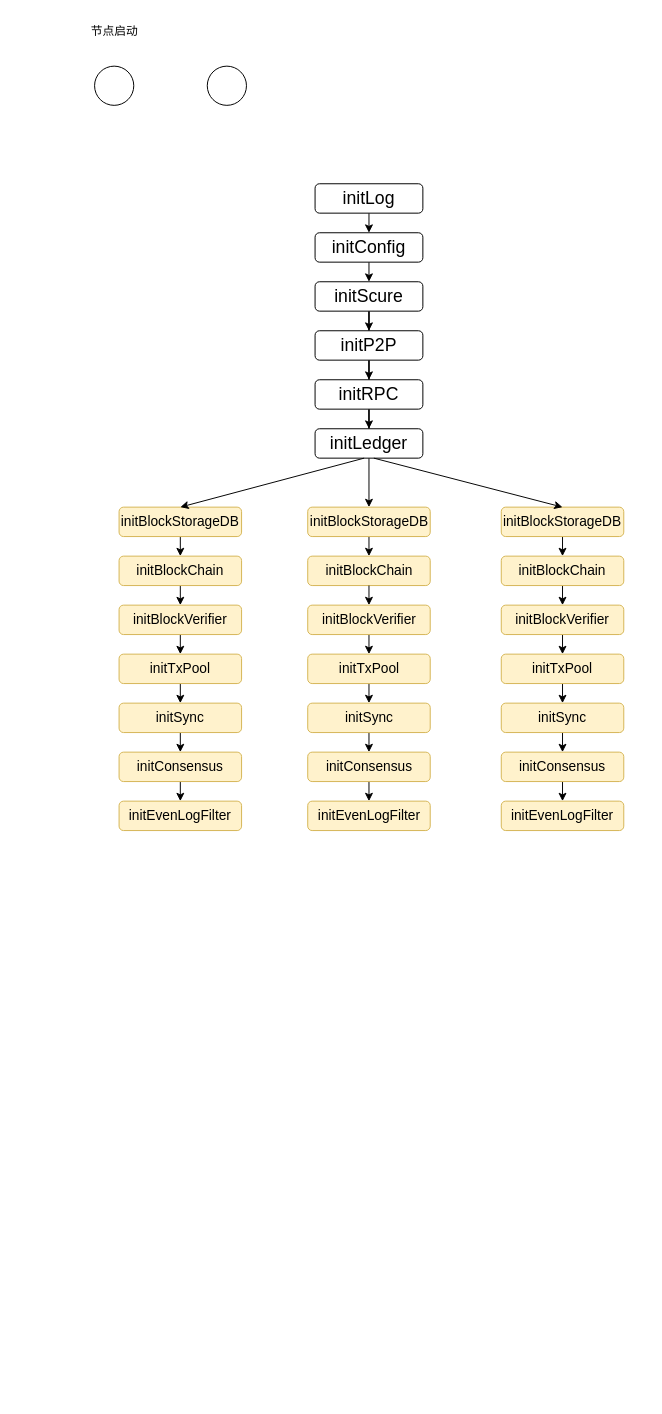
ethan75/my_draw keeps this draw.io diagram as fisco.drawio. Above is the earlier version. Source tidied: cells renumbered, new cells numbered last; positions are measured from the earlier drawing's top-left corner, leaving out a move shared by most shapes. Both pictures are drawn from the tidied source at 98%, with x=0, y=0 at pixel (79, 17).
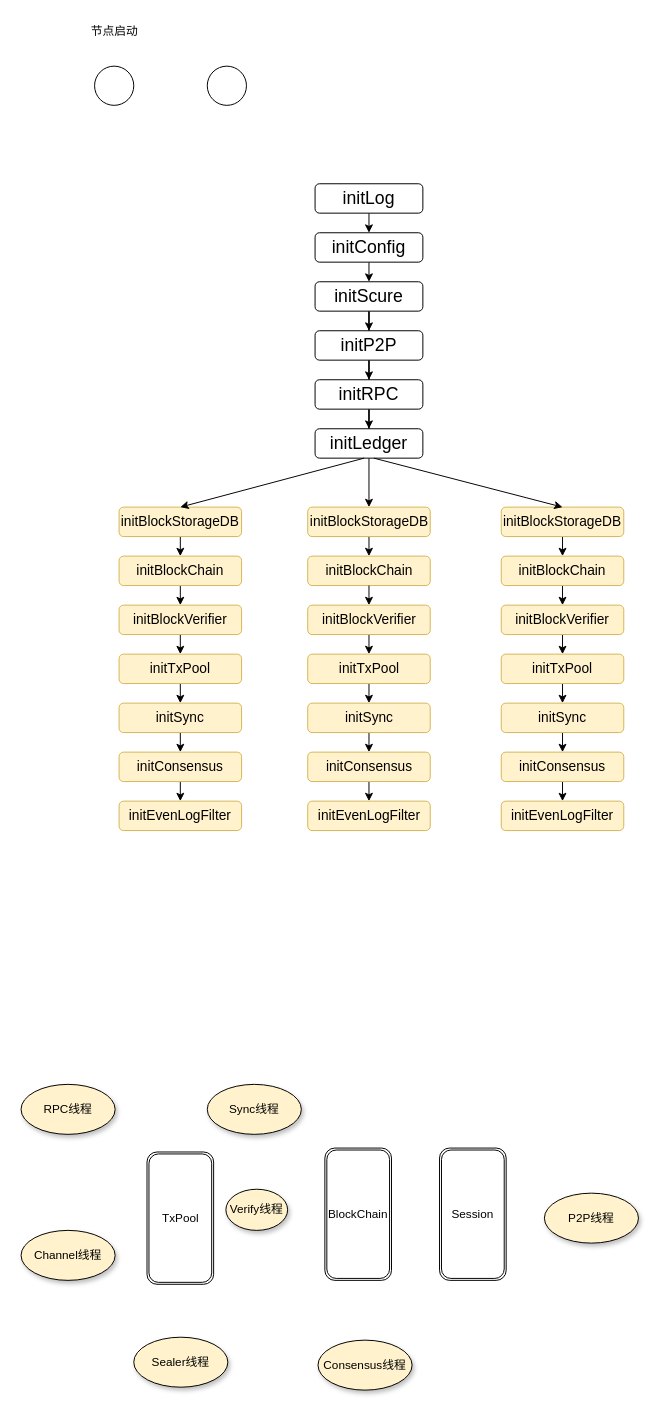
Above is the later version.

Diff of the diagram source:
```diff
@@
-    <mxCell id="29" value="&lt;font style=&quot;font-size: 14px;&quot;&gt;initEvenLogFilter&lt;/font&gt;" style="rounded=1;whiteSpace=wrap;html=1;fillColor=#fff2cc;strokeColor=#d6b656;" parent="1" vertex="1">
+    <mxCell id="29" value="&lt;font style=&quot;font-size: 14px;&quot;&gt;initEvenLogFilter&lt;/font&gt;" style="rounded=1;whiteSpace=wrap;html=1;fillColor=#FFF2CC;strokeColor=#d6b656;" parent="1" vertex="1">
       <mxGeometry x="40" y="800" width="125" height="30" as="geometry" />
     </mxCell>
@@
+    <mxCell id="58" value="RPC线程" style="ellipse;whiteSpace=wrap;html=1;shadow=1;fillColor=#FFF2CC;" parent="1" vertex="1">
+      <mxGeometry x="-60" y="1089" width="96" height="51" as="geometry" />
+    </mxCell>
+    <mxCell id="59" value="TxPool" style="shape=ext;double=1;rounded=1;whiteSpace=wrap;html=1;" parent="1" vertex="1">
+      <mxGeometry x="68.5" y="1158" width="68" height="135" as="geometry" />
+    </mxCell>
+    <mxCell id="60" value="Channel线程" style="ellipse;whiteSpace=wrap;html=1;shadow=1;fillColor=#FFF2CC;" parent="1" vertex="1">
+      <mxGeometry x="-60" y="1238" width="96" height="51" as="geometry" />
+    </mxCell>
+    <mxCell id="61" value="BlockChain" style="shape=ext;double=1;rounded=1;whiteSpace=wrap;html=1;" parent="1" vertex="1">
+      <mxGeometry x="250" y="1154" width="68" height="135" as="geometry" />
+    </mxCell>
+    <mxCell id="62" value="Session" style="shape=ext;double=1;rounded=1;whiteSpace=wrap;html=1;" parent="1" vertex="1">
+      <mxGeometry x="367" y="1154" width="68" height="135" as="geometry" />
+    </mxCell>
+    <mxCell id="63" value="Sealer线程" style="ellipse;whiteSpace=wrap;html=1;shadow=1;fillColor=#FFF2CC;" parent="1" vertex="1">
+      <mxGeometry x="55" y="1347" width="96" height="51" as="geometry" />
+    </mxCell>
+    <mxCell id="64" value="Consensus线程" style="ellipse;whiteSpace=wrap;html=1;shadow=1;fillColor=#FFF2CC;" parent="1" vertex="1">
+      <mxGeometry x="243" y="1350" width="96" height="51" as="geometry" />
+    </mxCell>
+    <mxCell id="65" value="P2P线程" style="ellipse;whiteSpace=wrap;html=1;shadow=1;fillColor=#FFF2CC;" parent="1" vertex="1">
+      <mxGeometry x="474" y="1200" width="96" height="51" as="geometry" />
+    </mxCell>
+    <mxCell id="66" value="Sync线程" style="ellipse;whiteSpace=wrap;html=1;shadow=1;fillColor=#FFF2CC;" parent="1" vertex="1">
+      <mxGeometry x="130" y="1089" width="96" height="51" as="geometry" />
+    </mxCell>
+    <mxCell id="67" value="Verify线程" style="ellipse;whiteSpace=wrap;html=1;shadow=1;fillColor=#FFF2CC;" parent="1" vertex="1">
+      <mxGeometry x="149" y="1196" width="63" height="42" as="geometry" />
+    </mxCell>
```
